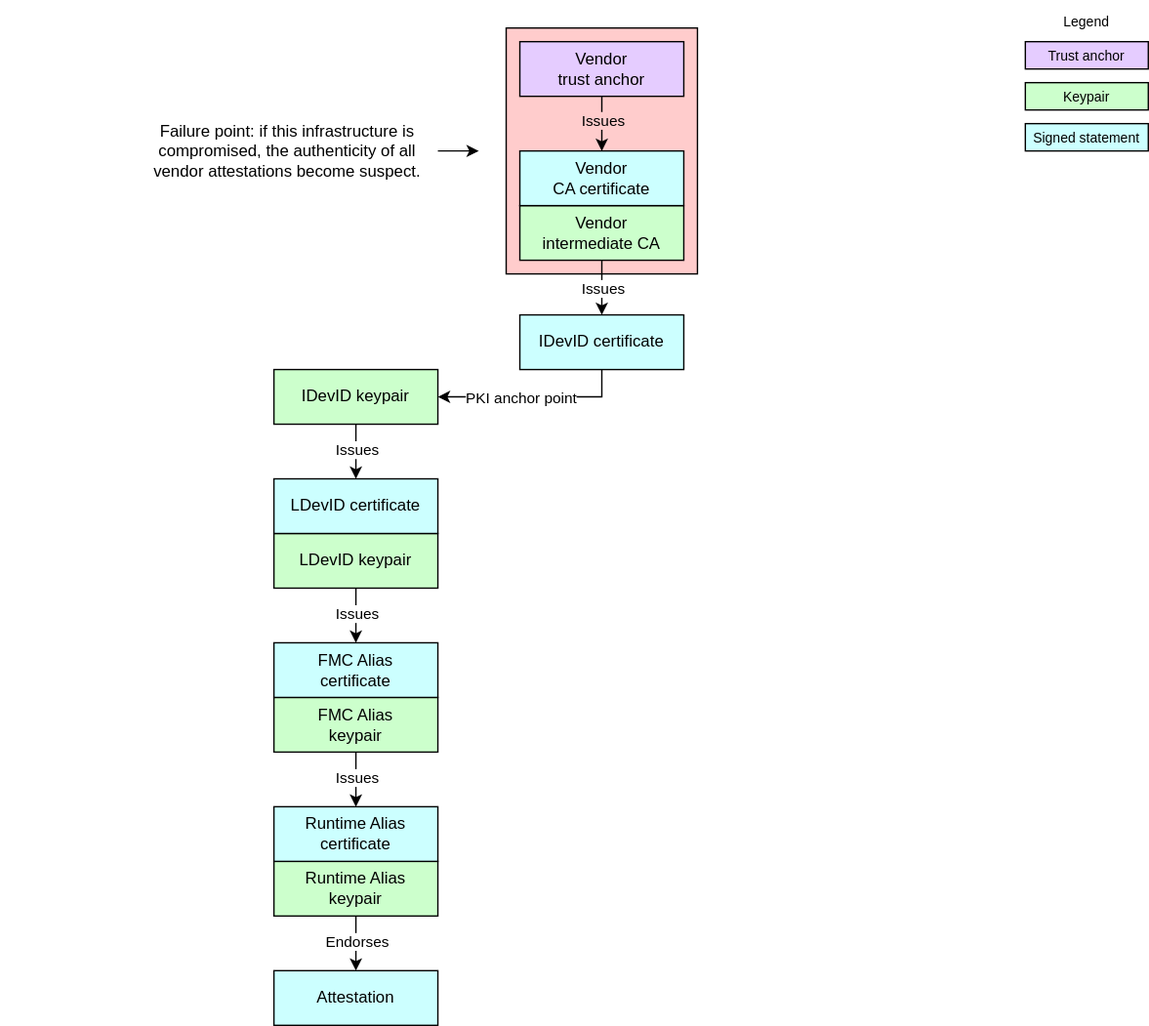
This is specifications/device-trust-anchor-management/diagrams/compromised_vendor_pki.drawio.svg from opencomputeproject/Security, a draw.io export, as it was before one commit. Source tidied: cells renumbered, new cells last; positions are measured from the earlier drawing's top-left corner, leaving out a move shared by most shapes. Its diagram source:
```xml
<mxGraphModel background="#ffffff">
  <root>
    <mxCell id="0" />
    <mxCell id="1" parent="0" />
    <mxCell id="2" style="rounded=0;whiteSpace=wrap;html=1;align=center;verticalAlign=middle;shadow=0;glass=0;spacingLeft=0;spacingBottom=0;spacingTop=0;fillColor=#FFCCCC;" parent="1" vertex="1">
      <mxGeometry x="370" y="20" width="140" height="180" as="geometry" />
    </mxCell>
    <mxCell id="3" value="&lt;div&gt;&lt;font color=&quot;#000000&quot;&gt;Trust anchor&lt;/font&gt;&lt;/div&gt;" style="rounded=0;whiteSpace=wrap;html=1;align=center;verticalAlign=middle;shadow=0;glass=0;spacingLeft=0;spacingBottom=0;spacingTop=0;fillColor=#E5CCFF;fontSize=10;" parent="1" vertex="1">
      <mxGeometry x="750" y="30" width="90" height="20" as="geometry" />
    </mxCell>
    <mxCell id="4" value="Legend" style="text;strokeColor=none;align=center;fillColor=none;html=1;verticalAlign=middle;whiteSpace=wrap;rounded=0;fontSize=10;" parent="1" vertex="1">
      <mxGeometry x="765" width="60" height="30" as="geometry" />
    </mxCell>
    <mxCell id="5" value="&lt;div&gt;&lt;font color=&quot;#000000&quot;&gt;Signed statement&lt;/font&gt;&lt;/div&gt;" style="rounded=0;whiteSpace=wrap;html=1;align=center;verticalAlign=middle;shadow=0;glass=0;spacingLeft=0;spacingBottom=0;spacingTop=0;fillColor=#CCFFFF;fontSize=10;" parent="1" vertex="1">
      <mxGeometry x="750" y="90" width="90" height="20" as="geometry" />
    </mxCell>
    <mxCell id="6" value="&lt;div&gt;&lt;font color=&quot;#000000&quot;&gt;Keypair&lt;/font&gt;&lt;/div&gt;" style="rounded=0;whiteSpace=wrap;html=1;align=center;verticalAlign=middle;shadow=0;glass=0;spacingLeft=0;spacingBottom=0;spacingTop=0;fillColor=#CCFFCC;fontSize=10;" parent="1" vertex="1">
      <mxGeometry x="750" y="60" width="90" height="20" as="geometry" />
    </mxCell>
    <mxCell id="7" style="edgeStyle=none;html=1;exitX=0.5;exitY=1;exitDx=0;exitDy=0;entryX=0.5;entryY=0;entryDx=0;entryDy=0;" parent="1" edge="1" source="9" target="21">
      <mxGeometry relative="1" as="geometry" />
    </mxCell>
    <mxCell id="8" value="Issues" style="edgeLabel;html=1;align=center;verticalAlign=middle;" parent="7" vertex="1">
      <mxGeometry x="-0.05" y="-1" relative="1" as="geometry">
        <mxPoint x="1" y="-1" as="offset" />
      </mxGeometry>
    </mxCell>
    <mxCell id="9" value="&lt;div&gt;&lt;font color=&quot;#000000&quot;&gt;FMC Alias&lt;/font&gt;&lt;/div&gt;&lt;div&gt;&lt;font color=&quot;#000000&quot;&gt;keypair&lt;/font&gt;&lt;/div&gt;" style="rounded=0;whiteSpace=wrap;html=1;align=center;verticalAlign=middle;shadow=0;glass=0;spacingLeft=0;spacingBottom=0;spacingTop=0;fillColor=#CCFFCC;" parent="1" vertex="1">
      <mxGeometry x="200" y="510" width="120" height="40" as="geometry" />
    </mxCell>
    <mxCell id="10" value="&lt;div&gt;&lt;font color=&quot;#000000&quot;&gt;FMC Alias&lt;/font&gt;&lt;/div&gt;&lt;div&gt;&lt;font color=&quot;#000000&quot;&gt;certificate&lt;/font&gt;&lt;/div&gt;" style="rounded=0;whiteSpace=wrap;html=1;align=center;verticalAlign=middle;shadow=0;glass=0;spacingLeft=0;spacingBottom=0;spacingTop=0;fillColor=#CCFFFF;" parent="1" vertex="1">
      <mxGeometry x="200" y="470" width="120" height="40" as="geometry" />
    </mxCell>
    <mxCell id="11" style="edgeStyle=none;html=1;exitX=0.5;exitY=1;exitDx=0;exitDy=0;entryX=0.5;entryY=0;entryDx=0;entryDy=0;" parent="1" edge="1" source="13" target="10">
      <mxGeometry relative="1" as="geometry" />
    </mxCell>
    <mxCell id="12" value="Issues" style="edgeLabel;html=1;align=center;verticalAlign=middle;" parent="11" vertex="1">
      <mxGeometry x="-0.1" y="1" relative="1" as="geometry">
        <mxPoint x="-1" as="offset" />
      </mxGeometry>
    </mxCell>
    <mxCell id="13" value="&lt;div&gt;&lt;span style=&quot;background-color: transparent;&quot;&gt;&lt;font color=&quot;#000000&quot;&gt;LDevID&amp;nbsp;&lt;/font&gt;keypair&lt;/span&gt;&lt;/div&gt;" style="rounded=0;whiteSpace=wrap;html=1;align=center;verticalAlign=middle;shadow=0;glass=0;spacingLeft=0;spacingBottom=0;spacingTop=0;fillColor=#CCFFCC;" parent="1" vertex="1">
      <mxGeometry x="200" y="390" width="120" height="40" as="geometry" />
    </mxCell>
    <mxCell id="14" value="&lt;div&gt;&lt;font color=&quot;#000000&quot;&gt;LDevID&amp;nbsp;&lt;/font&gt;&lt;span style=&quot;background-color: transparent;&quot;&gt;certificate&lt;/span&gt;&lt;/div&gt;" style="rounded=0;whiteSpace=wrap;html=1;align=center;verticalAlign=middle;shadow=0;glass=0;spacingLeft=0;spacingBottom=0;spacingTop=0;fillColor=#CCFFFF;" parent="1" vertex="1">
      <mxGeometry x="200" y="350" width="120" height="40" as="geometry" />
    </mxCell>
    <mxCell id="15" style="edgeStyle=none;html=1;entryX=0.5;entryY=0;entryDx=0;entryDy=0;exitX=0.5;exitY=1;exitDx=0;exitDy=0;" parent="1" edge="1" source="17" target="14">
      <mxGeometry relative="1" as="geometry" />
    </mxCell>
    <mxCell id="16" value="Issues" style="edgeLabel;html=1;align=center;verticalAlign=middle;" parent="15" vertex="1">
      <mxGeometry x="-0.1" y="1" relative="1" as="geometry">
        <mxPoint x="-1" as="offset" />
      </mxGeometry>
    </mxCell>
    <mxCell id="17" value="&lt;div&gt;&lt;font color=&quot;#000000&quot;&gt;IDevID&amp;nbsp;&lt;/font&gt;&lt;span style=&quot;background-color: transparent;&quot;&gt;keypair&lt;/span&gt;&lt;/div&gt;" style="rounded=0;whiteSpace=wrap;html=1;align=center;verticalAlign=middle;shadow=0;glass=0;spacingLeft=0;spacingBottom=0;spacingTop=0;fillColor=#CCFFCC;" parent="1" vertex="1">
      <mxGeometry x="200" y="270" width="120" height="40" as="geometry" />
    </mxCell>
    <mxCell id="18" style="edgeStyle=none;html=1;exitX=0.5;exitY=1;exitDx=0;exitDy=0;entryX=0.5;entryY=0;entryDx=0;entryDy=0;" parent="1" edge="1" source="20" target="22">
      <mxGeometry relative="1" as="geometry" />
    </mxCell>
    <mxCell id="19" value="Endorses" style="edgeLabel;html=1;align=center;verticalAlign=middle;" parent="18" vertex="1">
      <mxGeometry x="-0.05" y="1" relative="1" as="geometry">
        <mxPoint x="-1" y="-1" as="offset" />
      </mxGeometry>
    </mxCell>
    <mxCell id="20" value="&lt;div&gt;&lt;font color=&quot;#000000&quot;&gt;Runtime Alias&lt;/font&gt;&lt;/div&gt;&lt;div&gt;&lt;font color=&quot;#000000&quot;&gt;keypair&lt;/font&gt;&lt;/div&gt;" style="rounded=0;whiteSpace=wrap;html=1;align=center;verticalAlign=middle;shadow=0;glass=0;spacingLeft=0;spacingBottom=0;spacingTop=0;fillColor=#CCFFCC;" parent="1" vertex="1">
      <mxGeometry x="200" y="630" width="120" height="40" as="geometry" />
    </mxCell>
    <mxCell id="21" value="&lt;div&gt;&lt;font color=&quot;#000000&quot;&gt;Runtime Alias&lt;/font&gt;&lt;/div&gt;&lt;div&gt;&lt;font color=&quot;#000000&quot;&gt;certificate&lt;/font&gt;&lt;/div&gt;" style="rounded=0;whiteSpace=wrap;html=1;align=center;verticalAlign=middle;shadow=0;glass=0;spacingLeft=0;spacingBottom=0;spacingTop=0;fillColor=#CCFFFF;" parent="1" vertex="1">
      <mxGeometry x="200" y="590" width="120" height="40" as="geometry" />
    </mxCell>
    <mxCell id="22" value="&lt;div&gt;&lt;font color=&quot;#000000&quot;&gt;Attestation&lt;/font&gt;&lt;/div&gt;" style="rounded=0;whiteSpace=wrap;html=1;align=center;verticalAlign=middle;shadow=0;glass=0;spacingLeft=0;spacingBottom=0;spacingTop=0;fillColor=#CCFFFF;" parent="1" vertex="1">
      <mxGeometry x="200" y="710" width="120" height="40" as="geometry" />
    </mxCell>
    <mxCell id="23" style="rounded=0;whiteSpace=wrap;html=1;align=center;verticalAlign=middle;shadow=0;glass=0;spacingLeft=0;spacingBottom=0;spacingTop=0;fillColor=#FFFFFF;fontSize=10;strokeColor=#FFFFFF;" parent="1" vertex="1">
      <mxGeometry y="20" width="90" height="20" as="geometry" />
    </mxCell>
    <mxCell id="24" style="edgeStyle=none;html=1;exitX=1;exitY=0.5;exitDx=0;exitDy=0;" parent="1" edge="1" source="25">
      <mxGeometry relative="1" as="geometry">
        <mxPoint x="350" y="110" as="targetPoint" />
      </mxGeometry>
    </mxCell>
    <mxCell id="25" value="&lt;div&gt;&lt;font color=&quot;#000000&quot;&gt;Failure point: if this infrastructure is compromised, the authenticity of all vendor attestations become suspect.&lt;/font&gt;&lt;/div&gt;" style="rounded=0;whiteSpace=wrap;html=1;align=center;verticalAlign=middle;shadow=0;glass=0;spacingLeft=0;spacingBottom=0;spacingTop=0;fillColor=none;strokeColor=none;" parent="1" vertex="1">
      <mxGeometry x="100" y="85" width="220" height="50" as="geometry" />
    </mxCell>
    <mxCell id="26" style="edgeStyle=orthogonalEdgeStyle;html=1;exitX=0.5;exitY=1;exitDx=0;exitDy=0;rounded=0;entryX=1;entryY=0.5;entryDx=0;entryDy=0;" parent="1" edge="1" source="28" target="17">
      <mxGeometry relative="1" as="geometry" />
    </mxCell>
    <mxCell id="27" value="PKI anchor point" style="edgeLabel;html=1;align=center;verticalAlign=middle;" parent="26" vertex="1">
      <mxGeometry x="0.44" y="1" relative="1" as="geometry">
        <mxPoint x="21" y="-1" as="offset" />
      </mxGeometry>
    </mxCell>
    <mxCell id="28" value="&lt;div&gt;&lt;font color=&quot;#000000&quot;&gt;IDevID&amp;nbsp;&lt;/font&gt;&lt;span style=&quot;background-color: transparent;&quot;&gt;certificate&lt;/span&gt;&lt;/div&gt;" style="rounded=0;whiteSpace=wrap;html=1;align=center;verticalAlign=middle;shadow=0;glass=0;spacingLeft=0;spacingBottom=0;spacingTop=0;fillColor=#CCFFFF;" parent="1" vertex="1">
      <mxGeometry x="380" y="230" width="120" height="40" as="geometry" />
    </mxCell>
    <mxCell id="29" style="edgeStyle=none;html=1;exitX=0.5;exitY=1;exitDx=0;exitDy=0;entryX=0.5;entryY=0;entryDx=0;entryDy=0;" parent="1" edge="1" source="31" target="28">
      <mxGeometry relative="1" as="geometry" />
    </mxCell>
    <mxCell id="30" value="Issues" style="edgeLabel;html=1;align=center;verticalAlign=middle;" parent="29" vertex="1">
      <mxGeometry x="-0.2" y="-1" relative="1" as="geometry">
        <mxPoint x="1" y="4" as="offset" />
      </mxGeometry>
    </mxCell>
    <mxCell id="31" value="Vendor&lt;div&gt;intermediate CA&lt;/div&gt;" style="rounded=0;whiteSpace=wrap;html=1;align=center;verticalAlign=middle;shadow=0;glass=0;spacingLeft=0;spacingBottom=0;spacingTop=0;fillColor=#CCFFCC;" parent="1" vertex="1">
      <mxGeometry x="380" y="150" width="120" height="40" as="geometry" />
    </mxCell>
    <mxCell id="32" value="&lt;div&gt;&lt;font color=&quot;#000000&quot;&gt;Vendor&lt;/font&gt;&lt;/div&gt;&lt;div&gt;&lt;font color=&quot;#000000&quot;&gt;CA&amp;nbsp;&lt;/font&gt;&lt;span style=&quot;background-color: transparent;&quot;&gt;certificate&lt;/span&gt;&lt;/div&gt;" style="rounded=0;whiteSpace=wrap;html=1;align=center;verticalAlign=middle;shadow=0;glass=0;spacingLeft=0;spacingBottom=0;spacingTop=0;fillColor=#CCFFFF;" parent="1" vertex="1">
      <mxGeometry x="380" y="110" width="120" height="40" as="geometry" />
    </mxCell>
    <mxCell id="33" style="edgeStyle=none;html=1;exitX=0.5;exitY=1;exitDx=0;exitDy=0;entryX=0.5;entryY=0;entryDx=0;entryDy=0;" parent="1" edge="1" source="35" target="32">
      <mxGeometry relative="1" as="geometry" />
    </mxCell>
    <mxCell id="34" value="Issues" style="edgeLabel;html=1;align=center;verticalAlign=middle;labelBackgroundColor=#FFCCCC;" parent="33" vertex="1">
      <mxGeometry x="-0.15" relative="1" as="geometry" />
    </mxCell>
    <mxCell id="35" value="Vendor&lt;div&gt;trust anchor&lt;/div&gt;" style="rounded=0;whiteSpace=wrap;html=1;align=center;verticalAlign=middle;shadow=0;glass=0;spacingLeft=0;spacingBottom=0;spacingTop=0;fillColor=#E5CCFF;" parent="1" vertex="1">
      <mxGeometry x="380" y="30" width="120" height="40" as="geometry" />
    </mxCell>
  </root>
</mxGraphModel>
```
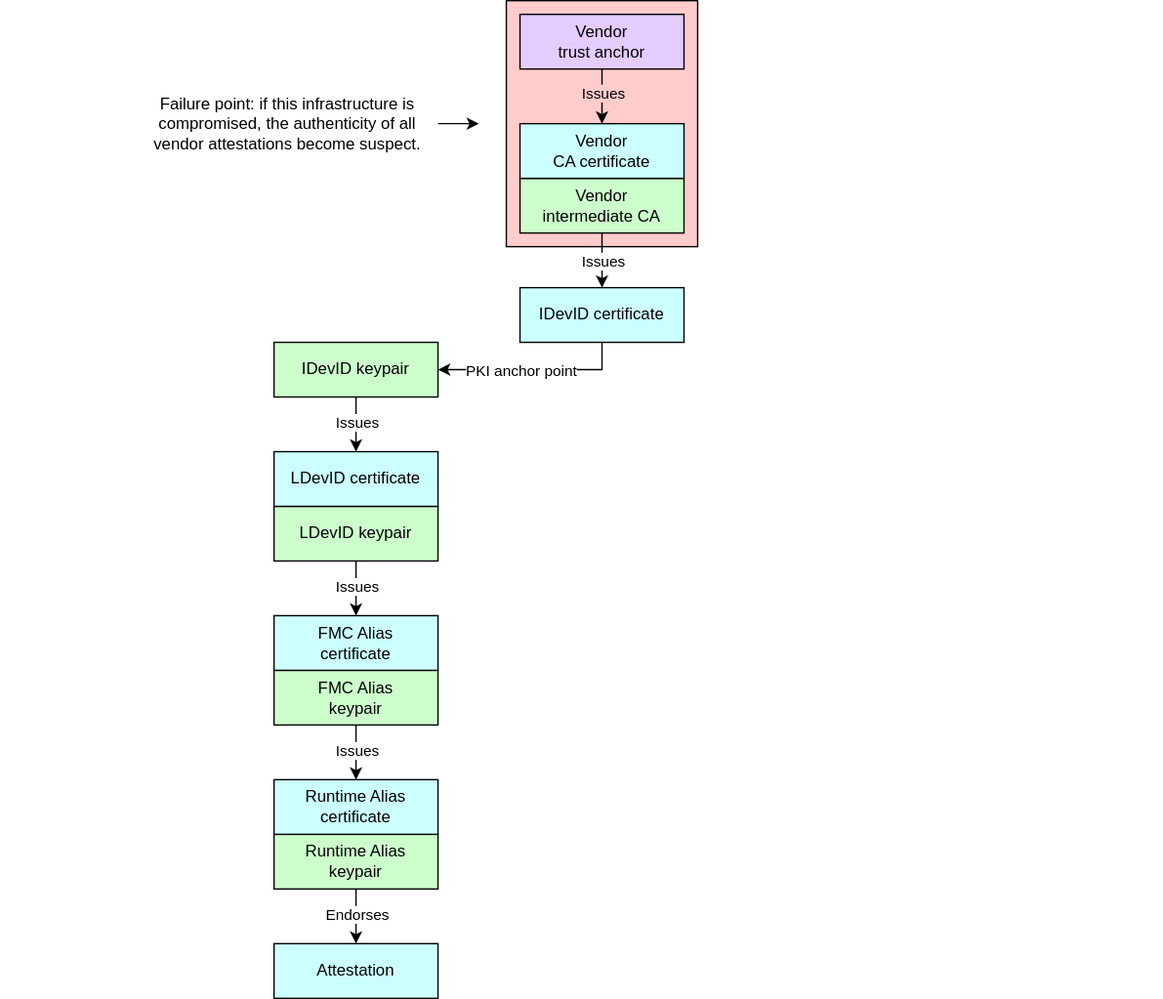
The same file after the commit.

Change to the diagram source:
```diff
@@ -5,18 +5,6 @@
     <mxCell id="2" style="rounded=0;whiteSpace=wrap;html=1;align=center;verticalAlign=middle;shadow=0;glass=0;spacingLeft=0;spacingBottom=0;spacingTop=0;fillColor=#FFCCCC;" parent="1" vertex="1">
       <mxGeometry x="370" y="20" width="140" height="180" as="geometry" />
     </mxCell>
-    <mxCell id="3" value="&lt;div&gt;&lt;font color=&quot;#000000&quot;&gt;Trust anchor&lt;/font&gt;&lt;/div&gt;" style="rounded=0;whiteSpace=wrap;html=1;align=center;verticalAlign=middle;shadow=0;glass=0;spacingLeft=0;spacingBottom=0;spacingTop=0;fillColor=#E5CCFF;fontSize=10;" parent="1" vertex="1">
-      <mxGeometry x="750" y="30" width="90" height="20" as="geometry" />
-    </mxCell>
-    <mxCell id="4" value="Legend" style="text;strokeColor=none;align=center;fillColor=none;html=1;verticalAlign=middle;whiteSpace=wrap;rounded=0;fontSize=10;" parent="1" vertex="1">
-      <mxGeometry x="765" width="60" height="30" as="geometry" />
-    </mxCell>
-    <mxCell id="5" value="&lt;div&gt;&lt;font color=&quot;#000000&quot;&gt;Signed statement&lt;/font&gt;&lt;/div&gt;" style="rounded=0;whiteSpace=wrap;html=1;align=center;verticalAlign=middle;shadow=0;glass=0;spacingLeft=0;spacingBottom=0;spacingTop=0;fillColor=#CCFFFF;fontSize=10;" parent="1" vertex="1">
-      <mxGeometry x="750" y="90" width="90" height="20" as="geometry" />
-    </mxCell>
-    <mxCell id="6" value="&lt;div&gt;&lt;font color=&quot;#000000&quot;&gt;Keypair&lt;/font&gt;&lt;/div&gt;" style="rounded=0;whiteSpace=wrap;html=1;align=center;verticalAlign=middle;shadow=0;glass=0;spacingLeft=0;spacingBottom=0;spacingTop=0;fillColor=#CCFFCC;fontSize=10;" parent="1" vertex="1">
-      <mxGeometry x="750" y="60" width="90" height="20" as="geometry" />
-    </mxCell>
     <mxCell id="7" style="edgeStyle=none;html=1;exitX=0.5;exitY=1;exitDx=0;exitDy=0;entryX=0.5;entryY=0;entryDx=0;entryDy=0;" parent="1" edge="1" source="9" target="21">
       <mxGeometry relative="1" as="geometry" />
     </mxCell>
@@ -118,5 +106,8 @@
     <mxCell id="35" value="Vendor&lt;div&gt;trust anchor&lt;/div&gt;" style="rounded=0;whiteSpace=wrap;html=1;align=center;verticalAlign=middle;shadow=0;glass=0;spacingLeft=0;spacingBottom=0;spacingTop=0;fillColor=#E5CCFF;" parent="1" vertex="1">
       <mxGeometry x="380" y="30" width="120" height="40" as="geometry" />
     </mxCell>
+    <mxCell id="36" style="rounded=0;whiteSpace=wrap;html=1;align=center;verticalAlign=middle;shadow=0;glass=0;spacingLeft=0;spacingBottom=0;spacingTop=0;fillColor=#FFFFFF;fontSize=10;strokeColor=#FFFFFF;" parent="1" vertex="1">
+      <mxGeometry x="760" y="20" width="90" height="20" as="geometry" />
+    </mxCell>
   </root>
 </mxGraphModel>
```
